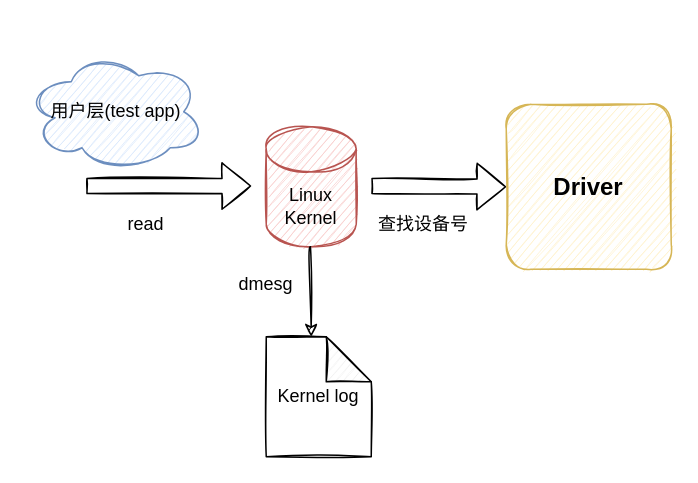
Above: kfifo.drawio in bossjoker1/Assembly (draw.io), before the change. Source tidied: cells renumbered, new cells numbered last; positions are measured from the earlier drawing's top-left corner, leaving out a move shared by most shapes. Both pictures are drawn from the tidied source at 150%, with x=0, y=0 at pixel (26, 51).
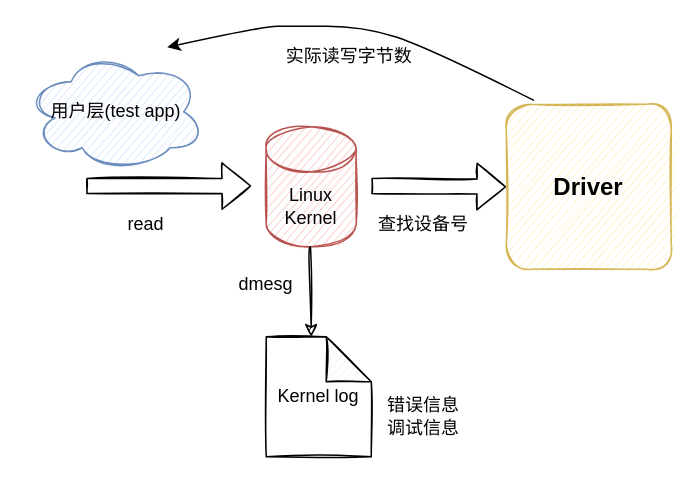
Above is the later version.

The change refers to these unchanged cells:
```xml
<mxCell id="11" value="&lt;b&gt;&lt;font style=&quot;font-size: 16px&quot;&gt;Driver&lt;/font&gt;&lt;/b&gt;" style="whiteSpace=wrap;html=1;fillColor=#fff2cc;strokeColor=#d6b656;rounded=1;sketch=1;" parent="1" vertex="1">
  <mxGeometry x="320" y="35" width="110" height="110" as="geometry" />
</mxCell>
```

Diff of the diagram source:
```diff
@@
+    <mxCell id="12" style="curved=1;endArrow=classic;html=1;rounded=1;fontSize=12;exitX=0.168;exitY=-0.023;exitDx=0;exitDy=0;exitPerimeter=0;" parent="1" edge="1" source="11">
+      <mxGeometry relative="1" as="geometry">
+        <mxPoint x="94" y="-3" as="targetPoint" />
+        <Array as="points">
+          <mxPoint x="268" y="-3" />
+          <mxPoint x="224" y="-17" />
+          <mxPoint x="177" y="-17" />
+          <mxPoint x="158" y="-17" />
+        </Array>
+      </mxGeometry>
+    </mxCell>
+    <mxCell id="13" value="实际读写字节数" style="text;html=1;strokeColor=none;fillColor=none;align=center;verticalAlign=middle;whiteSpace=wrap;rounded=0;fontSize=12;" parent="1" vertex="1">
+      <mxGeometry x="167" y="-12" width="97" height="30" as="geometry" />
+    </mxCell>
+    <mxCell id="14" value="错误信息&lt;br&gt;调试信息" style="text;html=1;strokeColor=none;fillColor=none;align=center;verticalAlign=middle;whiteSpace=wrap;rounded=0;fontSize=12;" parent="1" vertex="1">
+      <mxGeometry x="235" y="228" width="60" height="30" as="geometry" />
+    </mxCell>
```
